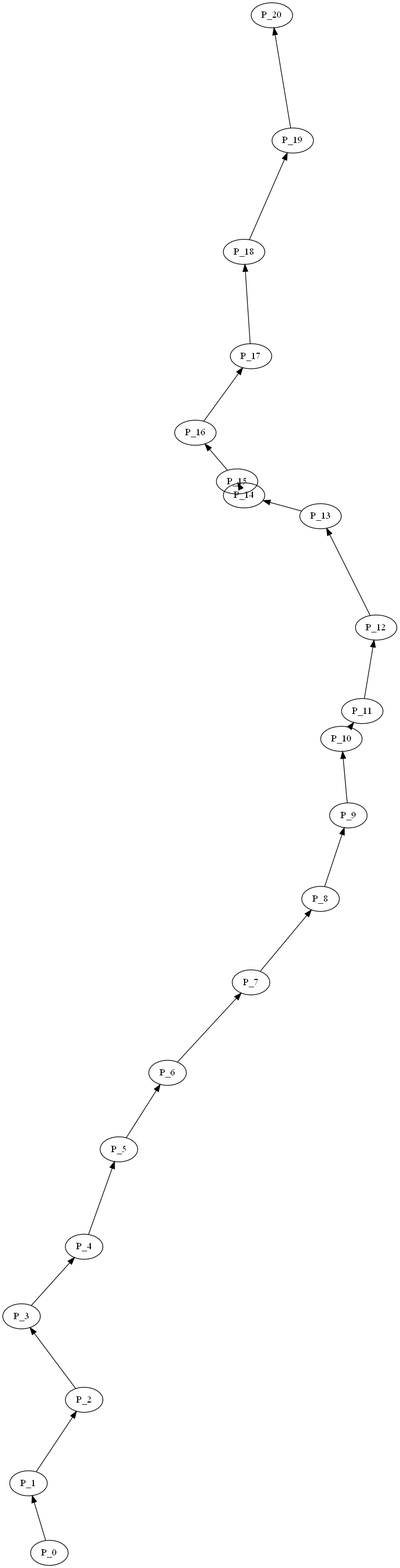
Above: Generation Test/graph.png in Crazy-German/Generation-Proto (Graphviz), before the change. Its source is kept beside it as Generation Test/graph.dot.
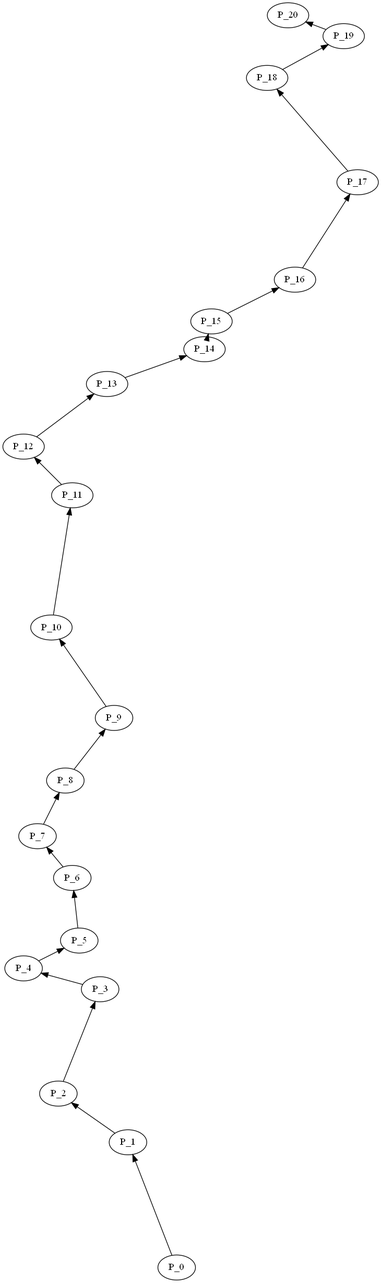
Above is the later version.

The edit, as a diff of the source:
```diff
@@ -5,102 +5,102 @@
 ]
 Platform_1 [
 label = P_1
-pos = "-30,100!"
+pos = "-70,180!"
 ]
 Platform_0 -> Platform_1
 Platform_2 [
 label = P_2
-pos = "50,220!"
+pos = "-170,250!"
 ]
 Platform_1 -> Platform_2
 Platform_3 [
 label = P_3
-pos = "-40,340!"
+pos = "-110,400!"
 ]
 Platform_2 -> Platform_3
 Platform_4 [
 label = P_4
-pos = "50,440!"
+pos = "-220,430!"
 ]
 Platform_3 -> Platform_4
 Platform_5 [
 label = P_5
-pos = "100,580!"
+pos = "-140,470!"
 ]
 Platform_4 -> Platform_5
 Platform_6 [
 label = P_6
-pos = "170,690!"
+pos = "-150,560!"
 ]
 Platform_5 -> Platform_6
 Platform_7 [
 label = P_7
-pos = "290,820!"
+pos = "-200,620!"
 ]
 Platform_6 -> Platform_7
 Platform_8 [
 label = P_8
-pos = "390,940!"
+pos = "-160,700!"
 ]
 Platform_7 -> Platform_8
 Platform_9 [
 label = P_9
-pos = "430,1060!"
+pos = "-90,790!"
 ]
 Platform_8 -> Platform_9
 Platform_10 [
 label = P_10
-pos = "420,1170!"
+pos = "-180,920!"
 ]
 Platform_9 -> Platform_10
 Platform_11 [
 label = P_11
-pos = "450,1210!"
+pos = "-150,1110!"
 ]
 Platform_10 -> Platform_11
 Platform_12 [
 label = P_12
-pos = "470,1330!"
+pos = "-220,1180!"
 ]
 Platform_11 -> Platform_12
 Platform_13 [
 label = P_13
-pos = "390,1490!"
+pos = "-100,1270!"
 ]
 Platform_12 -> Platform_13
 Platform_14 [
 label = P_14
-pos = "280,1520!"
+pos = "40,1320!"
 ]
 Platform_13 -> Platform_14
 Platform_15 [
 label = P_15
-pos = "270,1540!"
+pos = "50,1360!"
 ]
 Platform_14 -> Platform_15
 Platform_16 [
 label = P_16
-pos = "210,1610!"
+pos = "170,1420!"
 ]
 Platform_15 -> Platform_16
 Platform_17 [
 label = P_17
-pos = "290,1720!"
+pos = "260,1560!"
 ]
 Platform_16 -> Platform_17
 Platform_18 [
 label = P_18
-pos = "280,1870!"
+pos = "130,1710!"
 ]
 Platform_17 -> Platform_18
 Platform_19 [
 label = P_19
-pos = "350,2030!"
+pos = "240,1770!"
 ]
 Platform_18 -> Platform_19
 Platform_20 [
 label = P_20
-pos = "320,2210!"
+pos = "160,1800!"
 ]
 Platform_19 -> Platform_20
 }
```
